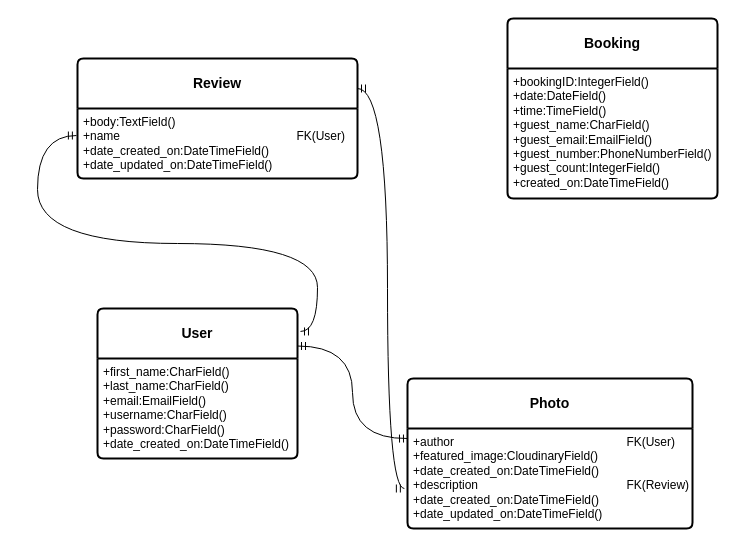
Above: docs/Untitled Diagram.drawio in violaberg/wine-o-clock (draw.io), before the change. Source tidied: cells renumbered, new cells numbered last; positions are measured from the earlier drawing's top-left corner, leaving out a move shared by most shapes. Both pictures are drawn from the tidied source at 100%, with x=0, y=0 at pixel (37, 18).
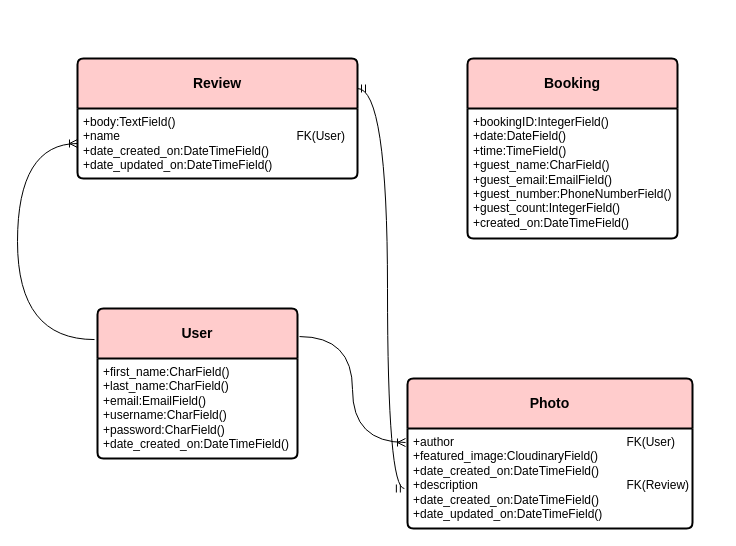
After the change.

The edit, as a diff of the source:
```diff
@@
 <mxGraphModel>
   <root>
     <mxCell id="0" />
     <mxCell id="1" parent="0" />
-    <mxCell id="2" value="&lt;b&gt;User&lt;/b&gt;" style="swimlane;horizontal=1;startSize=50;rounded=1;fontSize=14;fontStyle=0;strokeWidth=2;shadow=0;dashed=0;align=center;arcSize=4;whiteSpace=wrap;html=1;" parent="1" vertex="1">
+    <mxCell id="2" value="&lt;b&gt;User&lt;/b&gt;" style="swimlane;horizontal=1;startSize=50;rounded=1;fontSize=14;fontStyle=0;strokeWidth=2;shadow=0;dashed=0;align=center;arcSize=4;whiteSpace=wrap;html=1;fillColor=#FFCCCC;" parent="1" vertex="1">
       <mxGeometry x="60" y="290" width="200" height="150" as="geometry" />
     </mxCell>
     <mxCell id="3" value="+first_name:CharField()&lt;br&gt;+last_name:CharField()&lt;br&gt;+email:EmailField()&lt;br&gt;+username:CharField()&lt;br&gt;+password:CharField()&lt;br&gt;+date_created_on:DateTimeField()" style="align=left;strokeColor=none;fillColor=none;spacingLeft=4;fontSize=12;verticalAlign=top;html=1;" parent="2" vertex="1">
       <mxGeometry y="50" width="200" height="100" as="geometry" />
     </mxCell>
-    <mxCell id="4" value="&lt;b&gt;Review&lt;/b&gt;" style="swimlane;horizontal=1;startSize=50;rounded=1;fontSize=14;fontStyle=0;strokeWidth=2;shadow=0;dashed=0;align=center;arcSize=4;whiteSpace=wrap;html=1;" parent="1" vertex="1">
+    <mxCell id="4" value="&lt;b&gt;Review&lt;/b&gt;" style="swimlane;horizontal=1;startSize=50;rounded=1;fontSize=14;fontStyle=0;strokeWidth=2;shadow=0;dashed=0;align=center;arcSize=4;whiteSpace=wrap;html=1;fillColor=#FFCCCC;" parent="1" vertex="1">
       <mxGeometry x="40" y="40" width="280" height="120" as="geometry" />
     </mxCell>
     <mxCell id="5" value="+body:TextField()&lt;br&gt;+name&lt;span style=&quot;white-space: pre;&quot;&gt;&#9;&lt;span style=&quot;white-space: pre;&quot;&gt;&#9;&lt;/span&gt;&lt;span style=&quot;white-space: pre;&quot;&gt;&#9;&lt;/span&gt;&lt;span style=&quot;white-space: pre;&quot;&gt;&#9;&lt;/span&gt;&lt;/span&gt;&lt;span style=&quot;white-space: pre;&quot;&gt;&#9;&lt;/span&gt;&lt;span style=&quot;white-space: pre;&quot;&gt;&#9;&lt;/span&gt;&lt;span style=&quot;white-space: pre;&quot;&gt;&#9;&lt;/span&gt;FK(User)&lt;br&gt;+date_created_on:DateTimeField()&lt;br&gt;+date_updated_on:DateTimeField()" style="align=left;strokeColor=none;fillColor=none;spacingLeft=4;fontSize=12;verticalAlign=top;html=1;" parent="4" vertex="1">
       <mxGeometry y="50" width="280" height="70" as="geometry" />
     </mxCell>
-    <mxCell id="6" value="&lt;b&gt;Booking&lt;/b&gt;" style="swimlane;horizontal=1;startSize=50;rounded=1;fontSize=14;fontStyle=0;strokeWidth=2;shadow=0;dashed=0;align=center;arcSize=4;whiteSpace=wrap;html=1;" parent="1" vertex="1">
-      <mxGeometry x="470" width="210" height="180" as="geometry" />
+    <mxCell id="6" value="&lt;b&gt;Booking&lt;/b&gt;" style="swimlane;horizontal=1;startSize=50;rounded=1;fontSize=14;fontStyle=0;strokeWidth=2;shadow=0;dashed=0;align=center;arcSize=4;whiteSpace=wrap;html=1;fillColor=#FFCCCC;" parent="1" vertex="1">
+      <mxGeometry x="430" y="40" width="210" height="180" as="geometry" />
     </mxCell>
     <mxCell id="7" value="+bookingID:IntegerField()&lt;br&gt;+date:DateField()&lt;br&gt;+time:TimeField()&lt;br&gt;+guest_name:CharField()&lt;br&gt;+guest_email:EmailField()&lt;br&gt;+guest_number:PhoneNumberField()&lt;br&gt;+guest_count:IntegerField()&lt;br&gt;+created_on:DateTimeField()&lt;br&gt;" style="align=left;strokeColor=none;fillColor=none;spacingLeft=4;fontSize=12;verticalAlign=top;html=1;" parent="6" vertex="1">
       <mxGeometry y="50" width="210" height="130" as="geometry" />
     </mxCell>
-    <mxCell id="8" value="&lt;b&gt;Photo&lt;/b&gt;" style="swimlane;horizontal=1;startSize=50;rounded=1;fontSize=14;fontStyle=0;strokeWidth=2;shadow=0;dashed=0;align=center;arcSize=4;whiteSpace=wrap;html=1;" parent="1" vertex="1">
+    <mxCell id="8" value="&lt;b&gt;Photo&lt;/b&gt;" style="swimlane;horizontal=1;startSize=50;rounded=1;fontSize=14;fontStyle=0;strokeWidth=2;shadow=0;dashed=0;align=center;arcSize=4;whiteSpace=wrap;html=1;fillColor=#FFCCCC;" parent="1" vertex="1">
       <mxGeometry x="370" y="360" width="285" height="150" as="geometry" />
     </mxCell>
     <mxCell id="9" value="+author&lt;span style=&quot;white-space: pre;&quot;&gt;&#9;&lt;/span&gt;&lt;span style=&quot;white-space: pre;&quot;&gt;&#9;&lt;/span&gt;&lt;span style=&quot;white-space: pre;&quot;&gt;&#9;&lt;/span&gt;&lt;span style=&quot;white-space: pre;&quot;&gt;&#9;&lt;/span&gt;&lt;span style=&quot;white-space: pre;&quot;&gt;&#9;&lt;span style=&quot;white-space: pre;&quot;&gt;&#9;&lt;/span&gt;&lt;span style=&quot;white-space: pre;&quot;&gt;&#9;&lt;/span&gt;&lt;/span&gt;FK(User)&lt;br&gt;+featured_image:CloudinaryField()&lt;br&gt;+date_created_on:DateTimeField()&lt;br&gt;+description&lt;span style=&quot;white-space: pre;&quot;&gt;&#9;&lt;/span&gt;&lt;span style=&quot;white-space: pre;&quot;&gt;&#9;&lt;/span&gt;&lt;span style=&quot;white-space: pre;&quot;&gt;&#9;&lt;/span&gt;&lt;span style=&quot;white-space: pre;&quot;&gt;&#9;&lt;span style=&quot;white-space: pre;&quot;&gt;&#9;&lt;/span&gt;&lt;span style=&quot;white-space: pre;&quot;&gt;&#9;&lt;/span&gt;&lt;/span&gt;FK(Review)&lt;br&gt;+date_created_on:DateTimeField()&lt;br&gt;+date_updated_on:DateTimeField()" style="align=left;strokeColor=none;fillColor=none;spacingLeft=4;fontSize=12;verticalAlign=top;html=1;" parent="8" vertex="1">
       <mxGeometry y="50" width="285" height="100" as="geometry" />
     </mxCell>
+    <mxCell id="12" style="edgeStyle=orthogonalEdgeStyle;fontSize=12;html=1;endArrow=ERmandOne;startArrow=ERmandOne;rounded=0;entryX=1;entryY=0.25;entryDx=0;entryDy=0;exitX=-0.011;exitY=0.6;exitDx=0;exitDy=0;exitPerimeter=0;curved=1;" parent="1" edge="1" source="9" target="4">
+      <mxGeometry relative="1" as="geometry">
+        <Array as="points">
+          <mxPoint x="350" y="470" />
+          <mxPoint x="350" y="70" />
+        </Array>
+      </mxGeometry>
+    </mxCell>
-    <mxCell id="10" style="edgeStyle=orthogonalEdgeStyle;fontSize=12;html=1;endArrow=ERmandOne;startArrow=ERmandOne;rounded=0;exitX=1.015;exitY=0.153;exitDx=0;exitDy=0;exitPerimeter=0;entryX=-0.004;entryY=0.386;entryDx=0;entryDy=0;entryPerimeter=0;curved=1;" parent="1" edge="1" source="2" target="5">
+    <mxCell id="10" style="edgeStyle=orthogonalEdgeStyle;fontSize=12;html=1;endArrow=ERoneToMany;rounded=0;curved=1;entryX=0;entryY=0.5;entryDx=0;entryDy=0;exitX=-0.015;exitY=0.207;exitDx=0;exitDy=0;exitPerimeter=0;" parent="1" edge="1" source="2" target="5">
       <mxGeometry relative="1" as="geometry">
         <Array as="points">
-          <mxPoint x="280" y="313" />
-          <mxPoint x="280" y="225" />
-          <mxPoint y="225" />
-          <mxPoint y="117" />
+          <mxPoint x="-20" y="321" />
+          <mxPoint x="-20" y="125" />
         </Array>
       </mxGeometry>
     </mxCell>
-    <mxCell id="11" style="edgeStyle=orthogonalEdgeStyle;fontSize=12;html=1;endArrow=ERmandOne;startArrow=ERmandOne;rounded=0;exitX=1;exitY=0.25;exitDx=0;exitDy=0;curved=1;" parent="1" edge="1" source="2">
-      <mxGeometry relative="1" as="geometry">
-        <mxPoint x="370" y="420" as="targetPoint" />
-      </mxGeometry>
-    </mxCell>
-    <mxCell id="12" style="edgeStyle=orthogonalEdgeStyle;fontSize=12;html=1;endArrow=ERmandOne;startArrow=ERmandOne;rounded=0;entryX=1;entryY=0.25;entryDx=0;entryDy=0;exitX=-0.011;exitY=0.6;exitDx=0;exitDy=0;exitPerimeter=0;curved=1;" parent="1" edge="1" source="9" target="4">
-      <mxGeometry relative="1" as="geometry">
-        <Array as="points">
-          <mxPoint x="350" y="470" />
-          <mxPoint x="350" y="70" />
-        </Array>
-      </mxGeometry>
-    </mxCell>
+    <mxCell id="13" style="edgeStyle=orthogonalEdgeStyle;fontSize=12;html=1;endArrow=ERoneToMany;rounded=0;curved=1;exitX=1.01;exitY=0.187;exitDx=0;exitDy=0;exitPerimeter=0;entryX=-0.007;entryY=0.14;entryDx=0;entryDy=0;entryPerimeter=0;" parent="1" edge="1" source="2" target="9">
+      <mxGeometry relative="1" as="geometry" />
+    </mxCell>
   </root>
 </mxGraphModel>
```
